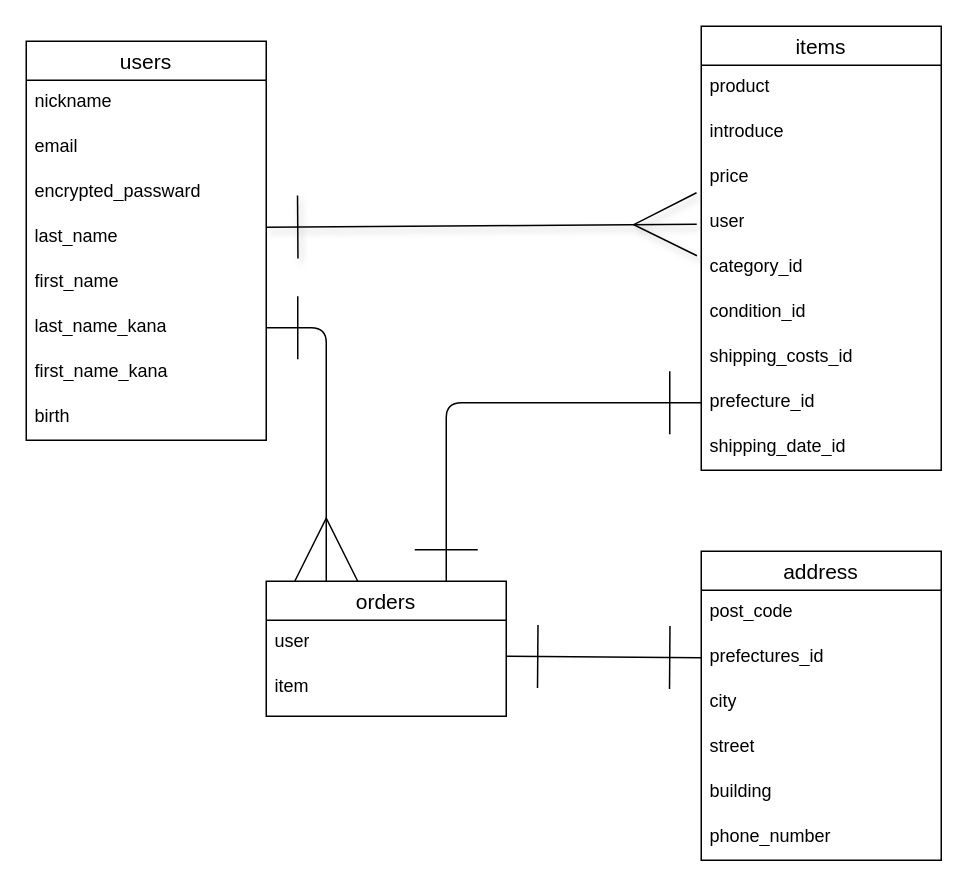
Above: er.dio in ichijikumanjyu-art/furima-46535 (draw.io), before the change. Source tidied: cells renumbered, new cells numbered last; positions are measured from the earlier drawing's top-left corner, leaving out a move shared by most shapes. Both pictures are drawn from the tidied source at 150%, with x=0, y=0 at pixel (26, 26).
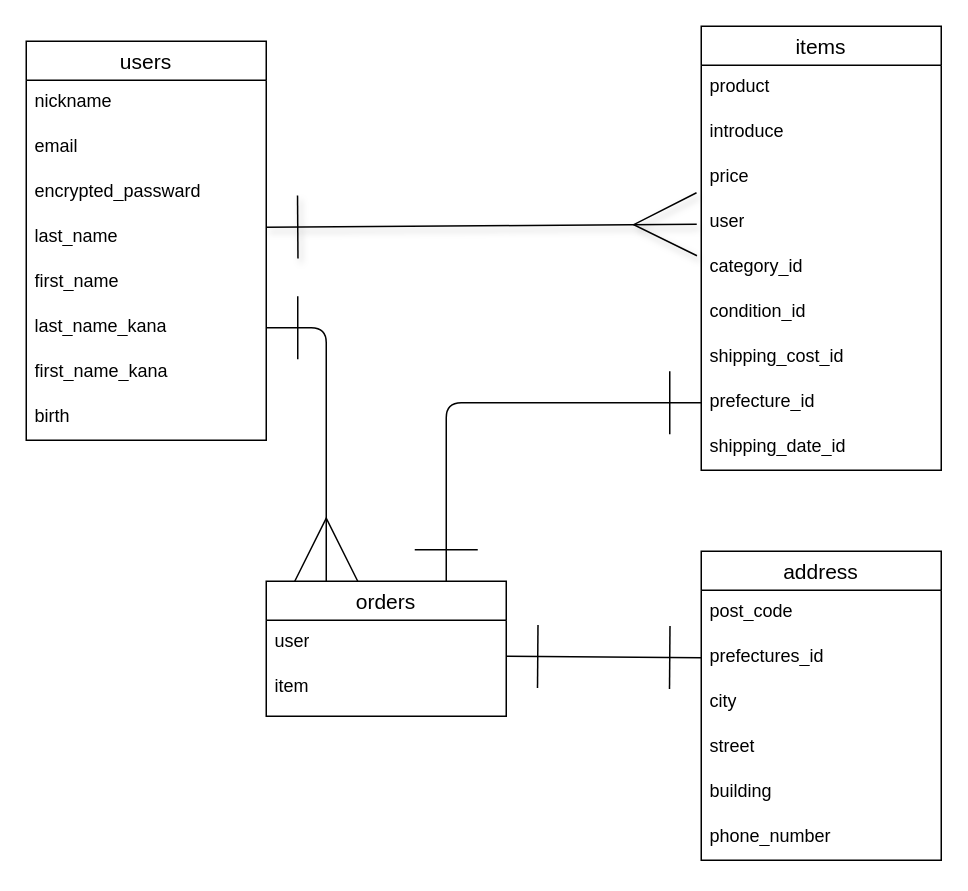
The same diagram, later.

Unchanged cells that the change refers to:
```xml
<mxCell id="11" value="items" style="swimlane;fontStyle=0;horizontal=1;startSize=26;align=center;fontSize=14;" parent="1" vertex="1">
  <mxGeometry x="450" width="160" height="296" as="geometry" />
</mxCell>
```

The edit, as a diff of the source:
```diff
@@
-    <mxCell id="18" value="shipping_costs_id" style="text;strokeColor=none;fillColor=none;spacingLeft=4;spacingRight=4;overflow=hidden;fontSize=12;whiteSpace=wrap;html=1;" parent="11" vertex="1">
+    <mxCell id="18" value="shipping_cost_id" style="text;strokeColor=none;fillColor=none;spacingLeft=4;spacingRight=4;overflow=hidden;fontSize=12;whiteSpace=wrap;html=1;" parent="11" vertex="1">
       <mxGeometry y="206" width="160" height="30" as="geometry" />
     </mxCell>
```
